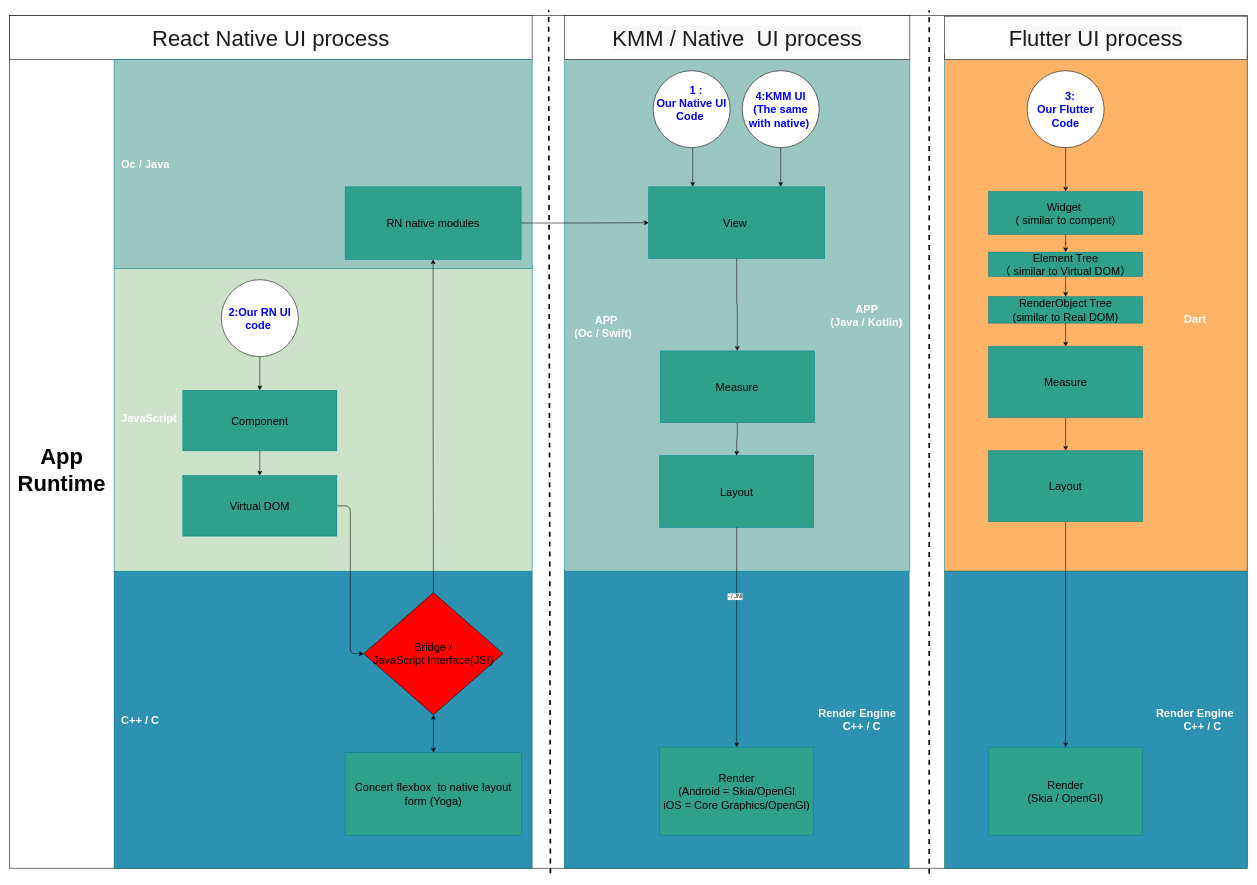
Above: Simple UI progress.drawio in peytonwupeixin/Draw-IO-Store (draw.io), before the change. Source tidied: cells renumbered, new cells numbered last; positions are measured from the earlier drawing's top-left corner, leaving out a move shared by most shapes. Both pictures are drawn from the tidied source at 55%, with x=0, y=0 at pixel (9, 10).
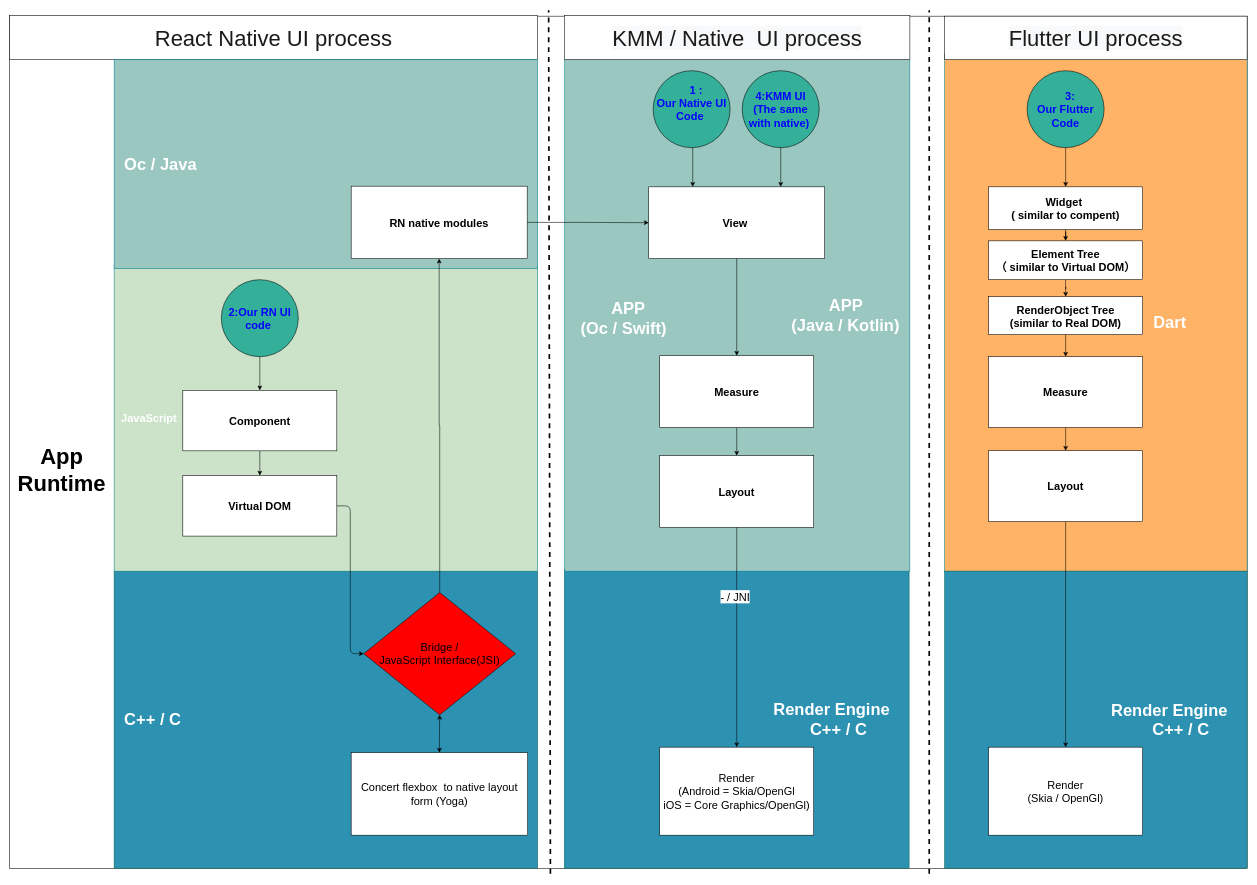
Above is the later version.

Change to the diagram source:
```diff
@@
     <mxCell id="2" style="whiteSpace=wrap;html=1;fontSize=20;" parent="1" vertex="1">
-      <mxGeometry y="10" width="2250" height="1550" as="geometry" />
+      <mxGeometry y="10.9" width="2250" height="1550" as="geometry" />
     </mxCell>
@@
-    <mxCell id="4" value="&lt;font color=&quot;#ffffff&quot; style=&quot;font-size: 20px&quot;&gt;&lt;b style=&quot;font-size: 20px&quot;&gt;&amp;nbsp; &amp;nbsp; &amp;nbsp;&amp;nbsp;&lt;br style=&quot;font-size: 20px&quot;&gt;&lt;div style=&quot;font-size: 20px&quot;&gt;&lt;b style=&quot;font-size: 20px&quot;&gt;&amp;nbsp; Dart&amp;nbsp; &amp;nbsp; &amp;nbsp; &amp;nbsp;&lt;/b&gt;&lt;b&gt;&amp;nbsp; &amp;nbsp; &amp;nbsp;&amp;nbsp;&lt;/b&gt;&lt;/div&gt;&lt;/b&gt;&lt;/font&gt;" style="whiteSpace=wrap;html=1;rounded=0;sketch=0;strokeColor=#028090;align=right;fillColor=#FFB366;fontSize=20;" parent="1" vertex="1">
+    <mxCell id="4" value="&lt;font color=&quot;#ffffff&quot; style=&quot;font-size: 30px;&quot;&gt;&lt;b style=&quot;font-size: 30px;&quot;&gt;&amp;nbsp; &amp;nbsp; &amp;nbsp;&amp;nbsp;&lt;br style=&quot;font-size: 30px;&quot;&gt;&lt;div style=&quot;font-size: 30px;&quot;&gt;&lt;b style=&quot;font-size: 30px;&quot;&gt;&amp;nbsp; Dart&amp;nbsp; &amp;nbsp; &amp;nbsp; &amp;nbsp;&lt;/b&gt;&lt;b style=&quot;font-size: 30px;&quot;&gt;&amp;nbsp; &amp;nbsp; &amp;nbsp;&amp;nbsp;&lt;/b&gt;&lt;/div&gt;&lt;/b&gt;&lt;/font&gt;" style="whiteSpace=wrap;html=1;rounded=0;sketch=0;strokeColor=#028090;align=right;fillColor=#FFB366;fontSize=30;" parent="1" vertex="1">
       <mxGeometry x="1700" y="80" width="550" height="940" as="geometry" />
     </mxCell>
@@
-    <mxCell id="6" value="&lt;div style=&quot;font-size: 20px&quot;&gt;&lt;span style=&quot;color: rgb(255 , 255 , 255) ; font-weight: 700&quot;&gt;&lt;font style=&quot;font-size: 20px&quot;&gt;Render Engine&amp;nbsp; &amp;nbsp;&amp;nbsp;&lt;/font&gt;&lt;/span&gt;&lt;/div&gt;&lt;span style=&quot;color: rgb(255 , 255 , 255) ; font-weight: 700 ; font-size: 20px&quot;&gt;&lt;div&gt;&lt;font style=&quot;font-size: 20px&quot;&gt;C++ / C&amp;nbsp; &amp;nbsp; &amp;nbsp; &amp;nbsp;&amp;nbsp;&lt;/font&gt;&lt;/div&gt;&lt;/span&gt;" style="whiteSpace=wrap;html=1;rounded=0;sketch=0;strokeColor=#006658;fontColor=#5C5C5C;fillColor=#2D91B2;align=right;" parent="1" vertex="1">
+    <mxCell id="6" value="&lt;div style=&quot;font-size: 30px;&quot;&gt;&lt;span style=&quot;color: rgb(255, 255, 255); font-weight: 700; font-size: 30px;&quot;&gt;&lt;font style=&quot;font-size: 30px;&quot;&gt;Render Engine&amp;nbsp; &amp;nbsp;&amp;nbsp;&lt;/font&gt;&lt;/span&gt;&lt;/div&gt;&lt;span style=&quot;color: rgb(255, 255, 255); font-weight: 700; font-size: 30px;&quot;&gt;&lt;div style=&quot;font-size: 30px;&quot;&gt;&lt;font style=&quot;font-size: 30px;&quot;&gt;C++ / C&amp;nbsp; &amp;nbsp; &amp;nbsp; &amp;nbsp;&amp;nbsp;&lt;/font&gt;&lt;/div&gt;&lt;/span&gt;" style="whiteSpace=wrap;html=1;rounded=0;sketch=0;strokeColor=#006658;fontColor=#5C5C5C;fillColor=#2D91B2;align=right;fontSize=30;" parent="1" vertex="1">
       <mxGeometry x="1700" y="1020" width="550" height="540" as="geometry" />
     </mxCell>
-    <mxCell id="7" value="&lt;font color=&quot;#0000ff&quot; style=&quot;font-size: 20px;&quot;&gt;&amp;nbsp; &amp;nbsp;3&lt;span style=&quot;font-size: 20px;&quot;&gt;:&lt;br style=&quot;font-size: 20px;&quot;&gt;Our&amp;nbsp;&lt;/span&gt;Flutter Code&lt;br style=&quot;font-size: 20px;&quot;&gt;&lt;/font&gt;" style="ellipse;whiteSpace=wrap;html=1;rounded=0;sketch=0;strokeColor=#000000;fontSize=20;fontColor=#000000;fontStyle=1;fillColor=#FFFFFF;" parent="1" vertex="1">
+    <mxCell id="7" value="&lt;font color=&quot;#0000ff&quot; style=&quot;font-size: 20px;&quot;&gt;&amp;nbsp; &amp;nbsp;3&lt;span style=&quot;font-size: 20px;&quot;&gt;:&lt;br style=&quot;font-size: 20px;&quot;&gt;Our&amp;nbsp;&lt;/span&gt;Flutter Code&lt;br style=&quot;font-size: 20px;&quot;&gt;&lt;/font&gt;" style="ellipse;whiteSpace=wrap;html=1;rounded=0;sketch=0;strokeColor=#000000;fontSize=20;fontColor=#000000;fontStyle=1;fillColor=#34B09A;" parent="1" vertex="1">
       <mxGeometry x="1850" y="110" width="140" height="140" as="geometry" />
     </mxCell>
-    <mxCell id="8" value="&lt;span style=&quot;font-size: 20px&quot;&gt;Widget&amp;nbsp;&lt;/span&gt;&lt;br style=&quot;font-size: 20px&quot;&gt;&lt;span style=&quot;font-size: 20px&quot;&gt;( similar to&lt;/span&gt;&lt;span style=&quot;font-size: 20px&quot;&gt;&amp;nbsp;compent)&lt;/span&gt;" style="whiteSpace=wrap;html=1;rounded=0;sketch=0;strokeColor=#028090;fontSize=20;fontColor=#000000;fillColor=#2FA08C;" parent="1" vertex="1">
-      <mxGeometry x="1780" y="330" width="280" height="77.6" as="geometry" />
+    <mxCell id="8" value="&lt;span style=&quot;font-size: 20px&quot;&gt;Widget&amp;nbsp;&lt;/span&gt;&lt;br style=&quot;font-size: 20px&quot;&gt;&lt;span style=&quot;font-size: 20px&quot;&gt;( similar to&lt;/span&gt;&lt;span style=&quot;font-size: 20px&quot;&gt;&amp;nbsp;compent)&lt;/span&gt;" style="whiteSpace=wrap;html=1;rounded=0;sketch=0;fontSize=20;fontColor=#000000;fillColor=#FFFFFF;fontStyle=1;" parent="1" vertex="1">
+      <mxGeometry x="1780" y="321.2" width="280" height="77.6" as="geometry" />
     </mxCell>
@@
-    <mxCell id="10" value="Render&lt;br style=&quot;font-size: 20px;&quot;&gt;(Skia / OpenGl)" style="whiteSpace=wrap;html=1;rounded=0;sketch=0;strokeColor=#028090;fontSize=20;fontColor=#000000;fillColor=#2FA08C;" parent="1" vertex="1">
+    <mxCell id="10" value="Render&lt;br style=&quot;font-size: 20px;&quot;&gt;(Skia / OpenGl)" style="whiteSpace=wrap;html=1;rounded=0;sketch=0;fontSize=20;fontColor=#000000;fillColor=#FFFFFF;" parent="1" vertex="1">
       <mxGeometry x="1780" y="1340" width="280" height="160" as="geometry" />
     </mxCell>
@@
-    <mxCell id="12" value="Element Tree&lt;br style=&quot;font-size: 20px;&quot;&gt;（ similar to Virtual DOM）" style="whiteSpace=wrap;html=1;rounded=0;sketch=0;strokeColor=#028090;fontSize=20;fontColor=#000000;fillColor=#2FA08C;" parent="1" vertex="1">
-      <mxGeometry x="1780" y="440" width="280" height="44" as="geometry" />
+    <mxCell id="12" value="Element Tree&lt;br style=&quot;font-size: 20px;&quot;&gt;（ similar to Virtual DOM）" style="whiteSpace=wrap;html=1;rounded=0;sketch=0;fontSize=20;fontColor=#000000;fillColor=#FFFFFF;fontStyle=1;" parent="1" vertex="1">
+      <mxGeometry x="1780" y="419.4" width="280" height="70.6" as="geometry" />
     </mxCell>
-    <mxCell id="13" value="RenderObject Tree&lt;br style=&quot;font-size: 20px&quot;&gt;(similar to Real DOM)" style="whiteSpace=wrap;html=1;rounded=0;sketch=0;strokeColor=#028090;fontSize=20;fontColor=#000000;fillColor=#2FA08C;" parent="1" vertex="1">
-      <mxGeometry x="1780" y="521" width="280" height="48" as="geometry" />
+    <mxCell id="13" value="RenderObject Tree&lt;br style=&quot;font-size: 20px&quot;&gt;(similar to Real DOM)" style="whiteSpace=wrap;html=1;rounded=0;sketch=0;fontSize=20;fontColor=#000000;fillColor=#FFFFFF;fontStyle=1;" parent="1" vertex="1">
+      <mxGeometry x="1780" y="521" width="280" height="69" as="geometry" />
     </mxCell>
@@
-    <mxCell id="16" value="Layout" style="whiteSpace=wrap;html=1;rounded=0;sketch=0;strokeColor=#028090;fontSize=20;fontColor=#000000;fillColor=#2FA08C;" parent="1" vertex="1">
+    <mxCell id="16" value="Layout" style="whiteSpace=wrap;html=1;rounded=0;sketch=0;fontSize=20;fontColor=#000000;fillColor=#FFFFFF;fontStyle=1;" parent="1" vertex="1">
       <mxGeometry x="1780" y="801" width="280" height="128.7" as="geometry" />
     </mxCell>
@@
-    <mxCell id="18" value="Measure" style="whiteSpace=wrap;html=1;rounded=0;sketch=0;strokeColor=#028090;fontSize=20;fontColor=#000000;fillColor=#2FA08C;" parent="1" vertex="1">
-      <mxGeometry x="1780" y="611.7" width="280" height="128.7" as="geometry" />
+    <mxCell id="18" value="Measure" style="whiteSpace=wrap;html=1;rounded=0;sketch=0;fontSize=20;fontColor=#000000;fillColor=#FFFFFF;fontStyle=1;" parent="1" vertex="1">
+      <mxGeometry x="1780" y="630" width="280" height="128.7" as="geometry" />
     </mxCell>
@@
-    <mxCell id="20" value="&lt;b&gt;&lt;font color=&quot;#ffffff&quot; style=&quot;font-size: 20px&quot;&gt;&amp;nbsp; C++ / C&lt;/font&gt;&lt;/b&gt;" style="whiteSpace=wrap;html=1;rounded=0;sketch=0;strokeColor=#006658;fontColor=#5C5C5C;fillColor=#2D91B2;align=left;" parent="1" vertex="1">
-      <mxGeometry x="190" y="1020" width="760" height="540" as="geometry" />
+    <mxCell id="20" value="&lt;b style=&quot;font-size: 30px;&quot;&gt;&lt;font color=&quot;#ffffff&quot; style=&quot;font-size: 30px;&quot;&gt;&amp;nbsp; C++ / C&lt;/font&gt;&lt;/b&gt;" style="whiteSpace=wrap;html=1;rounded=0;sketch=0;strokeColor=#006658;fontColor=#5C5C5C;fillColor=#2D91B2;align=left;fontSize=30;" parent="1" vertex="1">
+      <mxGeometry x="190" y="1020" width="770" height="540" as="geometry" />
     </mxCell>
     <mxCell id="21" value="&lt;span style=&quot;color: rgb(26, 26, 26); font-size: 40px;&quot;&gt;React Native UI process&lt;/span&gt;" style="whiteSpace=wrap;html=1;rounded=0;sketch=0;fontSize=40;fontColor=#FFFFFF;fillColor=#FFFFFF;" parent="1" vertex="1">
-      <mxGeometry y="10" width="950" height="80" as="geometry" />
+      <mxGeometry y="10" width="960" height="80" as="geometry" />
     </mxCell>
     <mxCell id="22" value="&lt;font color=&quot;#ffffff&quot; style=&quot;font-size: 20px&quot;&gt;&lt;b&gt;&amp;nbsp; &amp;nbsp; &amp;nbsp;&amp;nbsp;&lt;br&gt;&lt;div&gt;&lt;b&gt;&amp;nbsp; JavaScript&lt;/b&gt;&lt;/div&gt;&lt;div&gt;&lt;b&gt;&amp;nbsp;&lt;/b&gt;&lt;/div&gt;&lt;/b&gt;&lt;/font&gt;" style="whiteSpace=wrap;html=1;rounded=0;sketch=0;strokeColor=#028090;fillColor=#CCE3CA;align=left;" parent="1" vertex="1">
-      <mxGeometry x="190" y="463.4" width="760" height="556.6" as="geometry" />
+      <mxGeometry x="190" y="463.4" width="770" height="556.6" as="geometry" />
     </mxCell>
@@
-    <mxCell id="24" value="Component" style="whiteSpace=wrap;html=1;rounded=0;sketch=0;strokeColor=#028090;fontSize=20;fontColor=#000000;fillColor=#2FA08C;" parent="1" vertex="1">
+    <mxCell id="24" value="Component" style="whiteSpace=wrap;html=1;rounded=0;sketch=0;fontSize=20;fontColor=#000000;fillColor=#FFFFFF;fontStyle=1;" parent="1" vertex="1">
       <mxGeometry x="314.9" y="691.2" width="280" height="110" as="geometry" />
     </mxCell>
-    <mxCell id="25" value="&lt;b&gt;&lt;font color=&quot;#ffffff&quot; style=&quot;font-size: 20px&quot;&gt;&amp;nbsp; Oc / Java&lt;/font&gt;&lt;/b&gt;" style="whiteSpace=wrap;html=1;rounded=0;sketch=0;strokeColor=#028090;fontColor=#E4FDE1;fillColor=#9AC7BF;align=left;" parent="1" vertex="1">
-      <mxGeometry x="190" y="90" width="760" height="380" as="geometry" />
+    <mxCell id="25" value="&lt;b style=&quot;font-size: 30px;&quot;&gt;&lt;font color=&quot;#ffffff&quot; style=&quot;font-size: 30px;&quot;&gt;&amp;nbsp; Oc / Java&lt;/font&gt;&lt;/b&gt;" style="whiteSpace=wrap;html=1;rounded=0;sketch=0;strokeColor=#028090;fontColor=#E4FDE1;fillColor=#9AC7BF;align=left;fontSize=30;" parent="1" vertex="1">
+      <mxGeometry x="190" y="90" width="770" height="380" as="geometry" />
     </mxCell>
@@
-    <mxCell id="27" value="&lt;font color=&quot;#0000ff&quot; style=&quot;font-size: 20px;&quot;&gt;2:Our RN UI code&amp;nbsp;&lt;/font&gt;" style="ellipse;whiteSpace=wrap;html=1;rounded=0;sketch=0;strokeColor=#000000;fontSize=20;fontColor=#000000;fontStyle=1;fillColor=#FFFFFF;" parent="1" vertex="1">
+    <mxCell id="27" value="&lt;font color=&quot;#0000ff&quot; style=&quot;font-size: 20px;&quot;&gt;2:Our RN UI code&amp;nbsp;&lt;/font&gt;" style="ellipse;whiteSpace=wrap;html=1;rounded=0;sketch=0;strokeColor=#000000;fontSize=20;fontColor=#000000;fontStyle=1;fillColor=#34B09A;" parent="1" vertex="1">
       <mxGeometry x="384.9" y="490" width="140" height="140" as="geometry" />
     </mxCell>
@@
-    <mxCell id="29" value="RN native modules" style="whiteSpace=wrap;html=1;rounded=0;sketch=0;strokeColor=#028090;fontSize=20;fontColor=#000000;fillColor=#2FA08C;" parent="1" vertex="1">
-      <mxGeometry x="610" y="321.2" width="320" height="131.7" as="geometry" />
+    <mxCell id="29" value="RN native modules" style="whiteSpace=wrap;html=1;rounded=0;sketch=0;fontSize=20;fontColor=#000000;fillColor=#FFFFFF;fontStyle=1;" parent="1" vertex="1">
+      <mxGeometry x="621" y="320" width="320" height="131.7" as="geometry" />
     </mxCell>
-    <mxCell id="30" value="Concert flexbox&amp;nbsp; to native layout form (Yoga)" style="whiteSpace=wrap;html=1;rounded=0;sketch=0;strokeColor=#028090;fontSize=20;fontColor=#000000;fillColor=#2FA08C;" parent="1" vertex="1">
-      <mxGeometry x="610" y="1350" width="320.9" height="150" as="geometry" />
+    <mxCell id="30" value="Concert flexbox&amp;nbsp; to native layout form (Yoga)" style="whiteSpace=wrap;html=1;rounded=0;sketch=0;fontSize=20;fontColor=#000000;fillColor=#FFFFFF;" parent="1" vertex="1">
+      <mxGeometry x="621" y="1350" width="320.9" height="150" as="geometry" />
     </mxCell>
@@
     <mxCell id="32" value="Bridge / &lt;br style=&quot;font-size: 20px;&quot;&gt;JavaScript Interface(JSI)" style="rhombus;whiteSpace=wrap;html=1;rounded=0;sketch=0;strokeColor=#000000;fontSize=20;fontColor=#000000;fillColor=#FF0000;" parent="1" vertex="1">
-      <mxGeometry x="643.9" y="1058.9" width="253.2" height="222.3" as="geometry" />
+      <mxGeometry x="643.9" y="1058.9" width="276.1" height="222.3" as="geometry" />
     </mxCell>
@@
-    <mxCell id="36" value="&lt;div style=&quot;font-size: 20px&quot;&gt;&lt;span style=&quot;color: rgb(255 , 255 , 255) ; font-weight: 700&quot;&gt;&lt;font style=&quot;font-size: 20px&quot;&gt;Render Engine&amp;nbsp; &amp;nbsp;&amp;nbsp;&lt;/font&gt;&lt;/span&gt;&lt;/div&gt;&lt;span style=&quot;color: rgb(255 , 255 , 255) ; font-weight: 700 ; font-size: 20px&quot;&gt;&lt;div&gt;&lt;font style=&quot;font-size: 20px&quot;&gt;C++ / C&amp;nbsp; &amp;nbsp; &amp;nbsp; &amp;nbsp; &amp;nbsp;&lt;/font&gt;&lt;/div&gt;&lt;/span&gt;" style="whiteSpace=wrap;html=1;rounded=0;sketch=0;strokeColor=#006658;fontColor=#5C5C5C;fillColor=#2D91B2;align=right;" parent="1" vertex="1">
+    <mxCell id="36" value="&lt;div style=&quot;font-size: 30px;&quot;&gt;&lt;span style=&quot;color: rgb(255, 255, 255); font-weight: 700; font-size: 30px;&quot;&gt;&lt;font style=&quot;font-size: 30px;&quot;&gt;Render Engine&amp;nbsp; &amp;nbsp;&amp;nbsp;&lt;/font&gt;&lt;/span&gt;&lt;/div&gt;&lt;span style=&quot;color: rgb(255, 255, 255); font-weight: 700; font-size: 30px;&quot;&gt;&lt;div style=&quot;font-size: 30px;&quot;&gt;&lt;font style=&quot;font-size: 30px;&quot;&gt;C++ / C&amp;nbsp; &amp;nbsp; &amp;nbsp; &amp;nbsp; &amp;nbsp;&lt;/font&gt;&lt;/div&gt;&lt;/span&gt;" style="whiteSpace=wrap;html=1;rounded=0;sketch=0;strokeColor=#006658;fontColor=#5C5C5C;fillColor=#2D91B2;align=right;fontSize=30;" parent="1" vertex="1">
       <mxGeometry x="1008.6" y="1017.2" width="626.8" height="542.8" as="geometry" />
     </mxCell>
-    <mxCell id="37" value="&lt;font style=&quot;font-size: 20px&quot;&gt;&lt;span style=&quot;color: rgb(255 , 255 , 255) ; font-weight: 700&quot;&gt;APP&amp;nbsp; &amp;nbsp; &amp;nbsp; &amp;nbsp; &amp;nbsp;&amp;nbsp;&lt;/span&gt;&lt;br style=&quot;color: rgb(255 , 255 , 255) ; font-weight: 700&quot;&gt;&lt;/font&gt;&lt;div style=&quot;font-size: 20px&quot;&gt;&lt;span style=&quot;color: rgb(255 , 255 , 255) ; font-weight: 700&quot;&gt;&lt;font style=&quot;font-size: 20px&quot;&gt;&amp;nbsp;(Java / Kotlin)&amp;nbsp;&amp;nbsp;&lt;/font&gt;&lt;/span&gt;&lt;/div&gt;" style="whiteSpace=wrap;html=1;rounded=0;sketch=0;strokeColor=#028090;fontColor=#E4FDE1;fillColor=#9AC7BF;align=right;" parent="1" vertex="1">
+    <mxCell id="37" value="&lt;font style=&quot;font-size: 30px;&quot;&gt;&lt;span style=&quot;color: rgb(255, 255, 255); font-weight: 700; font-size: 30px;&quot;&gt;APP&amp;nbsp; &amp;nbsp; &amp;nbsp; &amp;nbsp; &amp;nbsp;&amp;nbsp;&lt;/span&gt;&lt;br style=&quot;color: rgb(255, 255, 255); font-weight: 700; font-size: 30px;&quot;&gt;&lt;/font&gt;&lt;div style=&quot;font-size: 30px;&quot;&gt;&lt;span style=&quot;color: rgb(255, 255, 255); font-weight: 700; font-size: 30px;&quot;&gt;&lt;font style=&quot;font-size: 30px;&quot;&gt;&amp;nbsp;(Java / Kotlin)&amp;nbsp;&amp;nbsp;&lt;/font&gt;&lt;/span&gt;&lt;/div&gt;" style="whiteSpace=wrap;html=1;rounded=0;sketch=0;strokeColor=#028090;fontColor=#E4FDE1;fillColor=#9AC7BF;align=right;fontSize=30;" parent="1" vertex="1">
       <mxGeometry x="1009.3" y="90" width="627.5" height="930" as="geometry" />
     </mxCell>
-    <mxCell id="38" value="Render&lt;br style=&quot;font-size: 20px;&quot;&gt;(Android = Skia/OpenGl&lt;br style=&quot;font-size: 20px;&quot;&gt;iOS = Core Graphics/OpenGl)" style="whiteSpace=wrap;html=1;rounded=0;sketch=0;strokeColor=#028090;fontSize=20;fontColor=#000000;fillColor=#2FA08C;" parent="1" vertex="1">
+    <mxCell id="38" value="Render&lt;br style=&quot;font-size: 20px;&quot;&gt;(Android = Skia/OpenGl&lt;br style=&quot;font-size: 20px;&quot;&gt;iOS = Core Graphics/OpenGl)" style="whiteSpace=wrap;html=1;rounded=0;sketch=0;fontSize=20;fontColor=#000000;fillColor=#FFFFFF;" parent="1" vertex="1">
       <mxGeometry x="1182" y="1340" width="280" height="160" as="geometry" />
     </mxCell>
-    <mxCell id="39" value="Layout" style="whiteSpace=wrap;html=1;rounded=0;sketch=0;strokeColor=#028090;fontSize=20;fontColor=#000000;fillColor=#2FA08C;" parent="1" vertex="1">
+    <mxCell id="39" value="Layout" style="whiteSpace=wrap;html=1;rounded=0;sketch=0;fontSize=20;fontColor=#000000;fillColor=#FFFFFF;fontStyle=1;" parent="1" vertex="1">
       <mxGeometry x="1182" y="810" width="280" height="130.4" as="geometry" />
     </mxCell>
@@
-    <mxCell id="41" value="Measure" style="whiteSpace=wrap;html=1;rounded=0;sketch=0;strokeColor=#028090;fontSize=20;fontColor=#000000;fillColor=#2FA08C;" parent="1" vertex="1">
-      <mxGeometry x="1183" y="619.6" width="280" height="130.4" as="geometry" />
+    <mxCell id="41" value="Measure" style="whiteSpace=wrap;html=1;rounded=0;sketch=0;fontSize=20;fontColor=#000000;fillColor=#FFFFFF;fontStyle=1;" parent="1" vertex="1">
+      <mxGeometry x="1182" y="628.3" width="280" height="130.4" as="geometry" />
     </mxCell>
-    <mxCell id="42" value="View&amp;nbsp;" style="whiteSpace=wrap;html=1;rounded=0;sketch=0;strokeColor=#028090;fontSize=20;fontColor=#000000;fillColor=#2FA08C;" parent="1" vertex="1">
+    <mxCell id="42" value="View&amp;nbsp;" style="whiteSpace=wrap;html=1;rounded=0;sketch=0;fontSize=20;fontColor=#000000;fillColor=#FFFFFF;fontStyle=1;" parent="1" vertex="1">
       <mxGeometry x="1162" y="321.2" width="320" height="130.4" as="geometry" />
     </mxCell>
@@
-    <mxCell id="48" value="&lt;font color=&quot;#0000ff&quot; style=&quot;font-size: 20px;&quot;&gt;&amp;nbsp; &amp;nbsp;1&lt;span style=&quot;font-size: 20px;&quot;&gt;&amp;nbsp;:&lt;br style=&quot;font-size: 20px;&quot;&gt;Our&amp;nbsp;&lt;/span&gt;Native UI Code&amp;nbsp;&lt;br style=&quot;font-size: 20px;&quot;&gt;&lt;br style=&quot;font-size: 20px;&quot;&gt;&lt;/font&gt;" style="ellipse;whiteSpace=wrap;html=1;rounded=0;sketch=0;strokeColor=#000000;fontSize=20;fontColor=#000000;fontStyle=1;fillColor=#FFFFFF;" parent="1" vertex="1">
+    <mxCell id="48" value="&lt;font color=&quot;#0000ff&quot; style=&quot;font-size: 20px;&quot;&gt;&amp;nbsp; &amp;nbsp;1&lt;span style=&quot;font-size: 20px;&quot;&gt;&amp;nbsp;:&lt;br style=&quot;font-size: 20px;&quot;&gt;Our&amp;nbsp;&lt;/span&gt;Native UI Code&amp;nbsp;&lt;br style=&quot;font-size: 20px;&quot;&gt;&lt;br style=&quot;font-size: 20px;&quot;&gt;&lt;/font&gt;" style="ellipse;whiteSpace=wrap;html=1;rounded=0;sketch=0;strokeColor=#000000;fontSize=20;fontColor=#000000;fontStyle=1;fillColor=#34B09A;" parent="1" vertex="1">
       <mxGeometry x="1170" y="110" width="140" height="140" as="geometry" />
     </mxCell>
-    <mxCell id="49" value="&lt;div style=&quot;font-size: 20px;&quot;&gt;&lt;span style=&quot;color: rgb(255, 255, 255); font-weight: 700; font-size: 20px;&quot;&gt;APP&lt;/span&gt;&lt;/div&gt;&lt;div style=&quot;font-size: 20px;&quot;&gt;&lt;span style=&quot;color: rgb(255, 255, 255); font-weight: 700; font-size: 20px;&quot;&gt;(Oc / Swift)&amp;nbsp;&amp;nbsp;&lt;/span&gt;&lt;/div&gt;" style="text;html=1;strokeColor=none;fillColor=none;align=center;verticalAlign=middle;whiteSpace=wrap;rounded=0;sketch=0;fontSize=20;fontColor=#000000;" parent="1" vertex="1">
-      <mxGeometry x="1020" y="530" width="130" height="90.3" as="geometry" />
+    <mxCell id="49" value="&lt;div style=&quot;font-size: 30px;&quot;&gt;&lt;span style=&quot;color: rgb(255, 255, 255); font-weight: 700; font-size: 30px;&quot;&gt;APP&lt;/span&gt;&lt;/div&gt;&lt;div style=&quot;font-size: 30px;&quot;&gt;&lt;span style=&quot;color: rgb(255, 255, 255); font-weight: 700; font-size: 30px;&quot;&gt;(Oc / Swift)&amp;nbsp;&amp;nbsp;&lt;/span&gt;&lt;/div&gt;" style="text;html=1;strokeColor=none;fillColor=none;align=center;verticalAlign=middle;whiteSpace=wrap;rounded=0;sketch=0;fontSize=30;fontColor=#000000;" parent="1" vertex="1">
+      <mxGeometry x="1020" y="514.9" width="210" height="90.3" as="geometry" />
     </mxCell>
-    <mxCell id="50" value="Virtual DOM" style="whiteSpace=wrap;html=1;rounded=0;sketch=0;strokeColor=#028090;fontSize=20;fontColor=#000000;fillColor=#2FA08C;" parent="1" vertex="1">
+    <mxCell id="50" value="Virtual DOM" style="whiteSpace=wrap;html=1;rounded=0;sketch=0;fontSize=20;fontColor=#000000;fillColor=#FFFFFF;fontStyle=1;" parent="1" vertex="1">
       <mxGeometry x="314.9" y="846.2" width="280" height="110" as="geometry" />
     </mxCell>
-    <mxCell id="51" value="- / JNI" style="edgeLabel;html=1;align=center;verticalAlign=middle;fontSize=10;fontColor=#000000;" parent="1" vertex="1">
+    <mxCell id="51" value="&lt;font style=&quot;font-size: 20px&quot;&gt;- / JNI&lt;/font&gt;" style="edgeLabel;html=1;align=center;verticalAlign=middle;fontSize=10;fontColor=#000000;" parent="1" vertex="1">
       <mxGeometry x="690" y="850" as="geometry">
         <mxPoint x="628" y="215" as="offset" />
       </mxGeometry>
     </mxCell>
@@
-    <mxCell id="53" value="&lt;font color=&quot;#0000ff&quot; style=&quot;font-size: 20px;&quot;&gt;4:KMM UI (The same with native)&amp;nbsp;&lt;br style=&quot;font-size: 20px;&quot;&gt;&lt;/font&gt;" style="ellipse;whiteSpace=wrap;html=1;rounded=0;sketch=0;strokeColor=#000000;fontSize=20;fontColor=#000000;fontStyle=1;fillColor=#FFFFFF;" parent="1" vertex="1">
+    <mxCell id="53" value="&lt;font color=&quot;#0000ff&quot; style=&quot;font-size: 20px;&quot;&gt;4:KMM UI (The same with native)&amp;nbsp;&lt;br style=&quot;font-size: 20px;&quot;&gt;&lt;/font&gt;" style="ellipse;whiteSpace=wrap;html=1;rounded=0;sketch=0;strokeColor=#000000;fontSize=20;fontColor=#000000;fontStyle=1;fillColor=#34B09A;" parent="1" vertex="1">
       <mxGeometry x="1332" y="110" width="140" height="140" as="geometry" />
     </mxCell>
```
